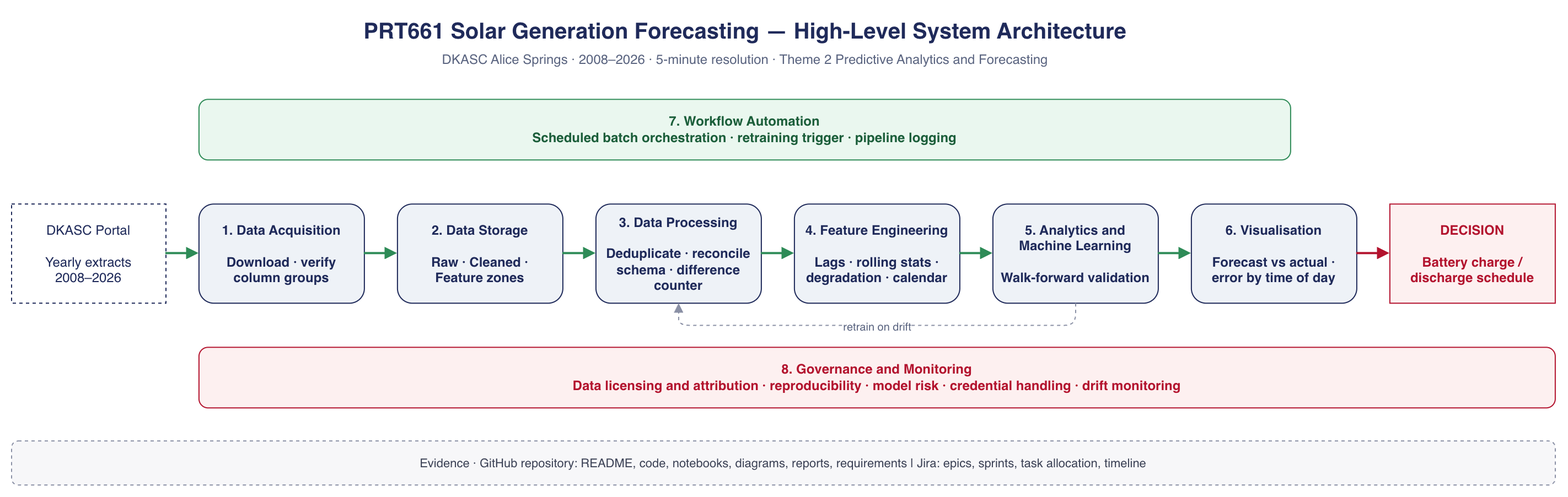
Before: Architecture_Diagrams/01-system-architecture.png, a diagram exported from draw.io (Uttam1618/PRT661-solar-forecasting). Source tidied: cells renumbered, new cells last; positions are measured from the earlier drawing's top-left corner, leaving out a move shared by most shapes.
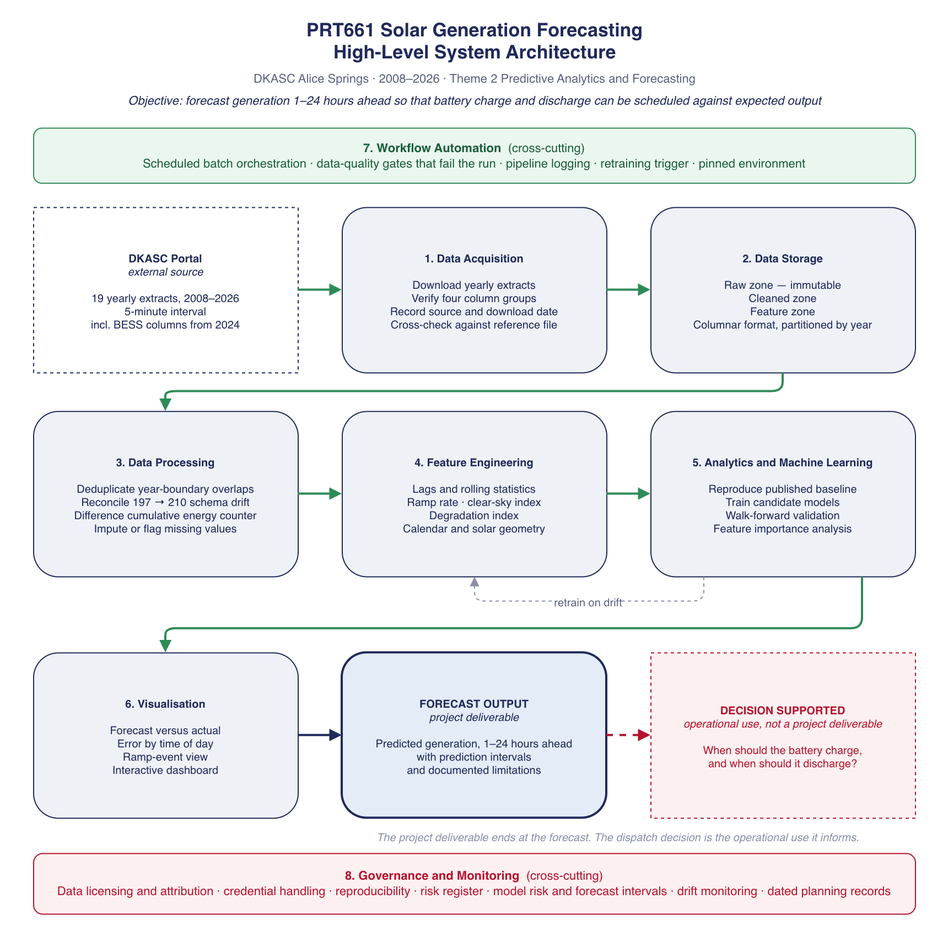
The same diagram one commit later.

Commit message:
updating system architecture

What changed in the source:
```diff
@@ -2,53 +2,64 @@
   <root>
     <mxCell id="0" />
     <mxCell id="1" parent="0" />
-    <mxCell id="2" value="PRT661 Solar Generation Forecasting — High-Level System Architecture" style="text;html=1;fontSize=20;fontStyle=1;align=center;fontColor=#1F2A5A;" parent="1" vertex="1">
-      <mxGeometry width="1330" height="30" as="geometry" />
+    <mxCell id="2" value="PRT661 Solar Generation Forecasting&lt;br&gt;High-Level System Architecture" style="text;html=1;fontSize=17;fontStyle=1;align=center;fontColor=#1F2A5A;" parent="1" vertex="1">
+      <mxGeometry y="-2" width="840" height="46" as="geometry" />
     </mxCell>
-    <mxCell id="3" value="DKASC Alice Springs · 2008–2026 · 5-minute resolution · Theme 2 Predictive Analytics and Forecasting" style="text;html=1;fontSize=12;align=center;fontColor=#5A6480;" parent="1" vertex="1">
-      <mxGeometry y="30" width="1330" height="20" as="geometry" />
+    <mxCell id="3" value="DKASC Alice Springs · 2008–2026 · Theme 2 Predictive Analytics and Forecasting" style="text;html=1;fontSize=11;align=center;fontColor=#5A6480;" parent="1" vertex="1">
+      <mxGeometry y="46" width="840" height="18" as="geometry" />
     </mxCell>
+    <mxCell id="23" value="Objective: forecast generation 1–24 hours ahead so that battery charge and discharge can be scheduled against expected output" style="text;html=1;fontSize=11;align=center;fontColor=#1F2A5A;fontStyle=2;" parent="1" vertex="1">
+      <mxGeometry x="50" y="66" width="740" height="30" as="geometry" />
+    </mxCell>
-    <mxCell id="4" value="7. Workflow Automation&#10;Scheduled batch orchestration · retraining trigger · pipeline logging" style="rounded=1;whiteSpace=wrap;html=1;fillColor=#EAF7EF;strokeColor=#2E8B57;fontColor=#1B5E3A;fontSize=12;fontStyle=1;verticalAlign=middle;" parent="1" vertex="1">
-      <mxGeometry x="170" y="80" width="990" height="55" as="geometry" />
+    <mxCell id="4" value="&lt;b&gt;7. Workflow Automation&lt;/b&gt;&amp;nbsp;&amp;nbsp;(cross-cutting)&lt;br&gt;Scheduled batch orchestration · data-quality gates that fail the run · pipeline logging · retraining trigger · pinned environment" style="rounded=1;whiteSpace=wrap;html=1;fillColor=#EAF7EF;strokeColor=#2E8B57;fontColor=#1B5E3A;fontSize=11;verticalAlign=middle;" parent="1" vertex="1">
+      <mxGeometry x="20" y="104" width="800" height="50" as="geometry" />
     </mxCell>
-    <mxCell id="5" value="DKASC Portal&#10;&#10;Yearly extracts&#10;2008–2026" style="rounded=0;whiteSpace=wrap;html=1;dashed=1;fillColor=#FFFFFF;strokeColor=#1F2A5A;fontColor=#1F2A5A;fontSize=12;" parent="1" vertex="1">
-      <mxGeometry y="175" width="140" height="90" as="geometry" />
+    <mxCell id="5" value="&lt;b&gt;DKASC Portal&lt;/b&gt;&lt;br&gt;&lt;i&gt;external source&lt;/i&gt;&lt;br&gt;&lt;br&gt;19 yearly extracts, 2008–2026&lt;br&gt;5-minute interval&lt;br&gt;incl. BESS columns from 2024" style="rounded=0;whiteSpace=wrap;html=1;dashed=1;fillColor=#FFFFFF;strokeColor=#1F2A5A;fontColor=#1F2A5A;fontSize=10;" parent="1" vertex="1">
+      <mxGeometry x="20" y="176" width="240" height="150" as="geometry" />
     </mxCell>
-    <mxCell id="6" value="1. Data Acquisition&#10;&#10;Download · verify&#10;column groups" style="rounded=1;whiteSpace=wrap;html=1;fillColor=#EEF2F7;strokeColor=#1F2A5A;fontColor=#1F2A5A;fontSize=12;fontStyle=1;" parent="1" vertex="1">
-      <mxGeometry x="170" y="175" width="150" height="90" as="geometry" />
+    <mxCell id="6" value="&lt;b&gt;1. Data Acquisition&lt;/b&gt;&lt;br&gt;&lt;br&gt;Download yearly extracts&lt;br&gt;Verify four column groups&lt;br&gt;Record source and download date&lt;br&gt;Cross-check against reference file" style="rounded=1;whiteSpace=wrap;html=1;fillColor=#EEF2F7;strokeColor=#1F2A5A;fontColor=#1F2A5A;fontSize=10;" parent="1" vertex="1">
+      <mxGeometry x="300" y="176" width="240" height="150" as="geometry" />
     </mxCell>
-    <mxCell id="7" value="2. Data Storage&#10;&#10;Raw · Cleaned ·&#10;Feature zones" style="rounded=1;whiteSpace=wrap;html=1;fillColor=#EEF2F7;strokeColor=#1F2A5A;fontColor=#1F2A5A;fontSize=12;fontStyle=1;" parent="1" vertex="1">
-      <mxGeometry x="350" y="175" width="150" height="90" as="geometry" />
+    <mxCell id="7" value="&lt;b&gt;2. Data Storage&lt;/b&gt;&lt;br&gt;&lt;br&gt;Raw zone — immutable&lt;br&gt;Cleaned zone&lt;br&gt;Feature zone&lt;br&gt;Columnar format, partitioned by year" style="rounded=1;whiteSpace=wrap;html=1;fillColor=#EEF2F7;strokeColor=#1F2A5A;fontColor=#1F2A5A;fontSize=10;" parent="1" vertex="1">
+      <mxGeometry x="580" y="176" width="240" height="150" as="geometry" />
     </mxCell>
-    <mxCell id="8" value="3. Data Processing&#10;&#10;Deduplicate · reconcile&#10;schema · difference counter" style="rounded=1;whiteSpace=wrap;html=1;fillColor=#EEF2F7;strokeColor=#1F2A5A;fontColor=#1F2A5A;fontSize=12;fontStyle=1;" parent="1" vertex="1">
-      <mxGeometry x="530" y="175" width="150" height="90" as="geometry" />
+    <mxCell id="8" value="&lt;b&gt;3. Data Processing&lt;/b&gt;&lt;br&gt;&lt;br&gt;Deduplicate year-boundary overlaps&lt;br&gt;Reconcile 197 → 210 schema drift&lt;br&gt;Difference cumulative energy counter&lt;br&gt;Impute or flag missing values" style="rounded=1;whiteSpace=wrap;html=1;fillColor=#EEF2F7;strokeColor=#1F2A5A;fontColor=#1F2A5A;fontSize=10;" parent="1" vertex="1">
+      <mxGeometry x="20" y="361" width="240" height="150" as="geometry" />
     </mxCell>
-    <mxCell id="9" value="4. Feature Engineering&#10;&#10;Lags · rolling stats ·&#10;degradation · calendar" style="rounded=1;whiteSpace=wrap;html=1;fillColor=#EEF2F7;strokeColor=#1F2A5A;fontColor=#1F2A5A;fontSize=12;fontStyle=1;" parent="1" vertex="1">
-      <mxGeometry x="710" y="175" width="150" height="90" as="geometry" />
+    <mxCell id="9" value="&lt;b&gt;4. Feature Engineering&lt;/b&gt;&lt;br&gt;&lt;br&gt;Lags and rolling statistics&lt;br&gt;Ramp rate · clear-sky index&lt;br&gt;Degradation index&lt;br&gt;Calendar and solar geometry" style="rounded=1;whiteSpace=wrap;html=1;fillColor=#EEF2F7;strokeColor=#1F2A5A;fontColor=#1F2A5A;fontSize=10;" parent="1" vertex="1">
+      <mxGeometry x="300" y="361" width="240" height="150" as="geometry" />
     </mxCell>
-    <mxCell id="10" value="5. Analytics and&#10;Machine Learning&#10;&#10;Walk-forward validation" style="rounded=1;whiteSpace=wrap;html=1;fillColor=#EEF2F7;strokeColor=#1F2A5A;fontColor=#1F2A5A;fontSize=12;fontStyle=1;" parent="1" vertex="1">
-      <mxGeometry x="890" y="175" width="150" height="90" as="geometry" />
+    <mxCell id="10" value="&lt;b&gt;5. Analytics and Machine Learning&lt;/b&gt;&lt;br&gt;&lt;br&gt;Reproduce published baseline&lt;br&gt;Train candidate models&lt;br&gt;Walk-forward validation&lt;br&gt;Feature importance analysis" style="rounded=1;whiteSpace=wrap;html=1;fillColor=#EEF2F7;strokeColor=#1F2A5A;fontColor=#1F2A5A;fontSize=10;" parent="1" vertex="1">
+      <mxGeometry x="580" y="361" width="240" height="150" as="geometry" />
     </mxCell>
-    <mxCell id="11" value="6. Visualisation&#10;&#10;Forecast vs actual ·&#10;error by time of day" style="rounded=1;whiteSpace=wrap;html=1;fillColor=#EEF2F7;strokeColor=#1F2A5A;fontColor=#1F2A5A;fontSize=12;fontStyle=1;" parent="1" vertex="1">
-      <mxGeometry x="1070" y="175" width="150" height="90" as="geometry" />
+    <mxCell id="11" value="&lt;b&gt;6. Visualisation&lt;/b&gt;&lt;br&gt;&lt;br&gt;Forecast versus actual&lt;br&gt;Error by time of day&lt;br&gt;Ramp-event view&lt;br&gt;Interactive dashboard" style="rounded=1;whiteSpace=wrap;html=1;fillColor=#EEF2F7;strokeColor=#1F2A5A;fontColor=#1F2A5A;fontSize=10;" parent="1" vertex="1">
+      <mxGeometry x="20" y="580" width="240" height="150" as="geometry" />
     </mxCell>
+    <mxCell id="24" value="&lt;b&gt;FORECAST OUTPUT&lt;/b&gt;&lt;br&gt;&lt;i&gt;project deliverable&lt;/i&gt;&lt;br&gt;&lt;br&gt;Predicted generation, 1–24 hours ahead&lt;br&gt;with prediction intervals&lt;br&gt;and documented limitations" style="rounded=1;whiteSpace=wrap;html=1;fillColor=#E3ECF7;strokeColor=#1F2A5A;fontColor=#1F2A5A;fontSize=10;strokeWidth=2;" parent="1" vertex="1">
+      <mxGeometry x="300" y="580" width="240" height="150" as="geometry" />
+    </mxCell>
-    <mxCell id="12" value="DECISION&#10;&#10;Battery charge /&#10;discharge schedule" style="rounded=0;whiteSpace=wrap;html=1;fillColor=#FDF0F0;strokeColor=#B3132E;fontColor=#B3132E;fontSize=12;fontStyle=1;" parent="1" vertex="1">
-      <mxGeometry x="1250" y="175" width="150" height="90" as="geometry" />
+    <mxCell id="12" value="&lt;b&gt;DECISION SUPPORTED&lt;/b&gt;&lt;br&gt;&lt;i&gt;operational use, not a project deliverable&lt;/i&gt;&lt;br&gt;&lt;br&gt;When should the battery charge,&lt;br&gt;and when should it discharge?" style="rounded=0;whiteSpace=wrap;html=1;dashed=1;fillColor=#FDF0F0;strokeColor=#B3132E;fontColor=#B3132E;fontSize=10;" parent="1" vertex="1">
+      <mxGeometry x="580" y="580" width="240" height="150" as="geometry" />
     </mxCell>
+    <mxCell id="25" value="The project deliverable ends at the forecast. The dispatch decision is the operational use it informs." style="text;html=1;fontSize=10;align=center;fontColor=#8A90A5;fontStyle=2;" parent="1" vertex="1">
+      <mxGeometry x="260" y="734" width="580" height="18" as="geometry" />
+    </mxCell>
-    <mxCell id="13" value="8. Governance and Monitoring&#10;Data licensing and attribution · reproducibility · model risk · credential handling · drift monitoring" style="rounded=1;whiteSpace=wrap;html=1;fillColor=#FDF0F0;strokeColor=#B3132E;fontColor=#B3132E;fontSize=12;fontStyle=1;" parent="1" vertex="1">
-      <mxGeometry x="170" y="305" width="1230" height="55" as="geometry" />
+    <mxCell id="13" value="&lt;b&gt;8. Governance and Monitoring&lt;/b&gt;&amp;nbsp;&amp;nbsp;(cross-cutting)&lt;br&gt;Data licensing and attribution · credential handling · reproducibility · risk register · model risk and forecast intervals · drift monitoring · dated planning records" style="rounded=1;whiteSpace=wrap;html=1;fillColor=#FDF0F0;strokeColor=#B3132E;fontColor=#B3132E;fontSize=11;verticalAlign=middle;" parent="1" vertex="1">
+      <mxGeometry x="20" y="762" width="800" height="55" as="geometry" />
     </mxCell>
-    <mxCell id="14" value="Evidence · GitHub repository: README, code, notebooks, diagrams, reports, requirements   |   Jira: epics, sprints, task allocation, timeline" style="rounded=1;whiteSpace=wrap;html=1;fillColor=#F7F7F9;strokeColor=#8A90A5;fontColor=#3C4256;fontSize=11;dashed=1;" parent="1" vertex="1">
-      <mxGeometry y="390" width="1400" height="40" as="geometry" />
-    </mxCell>
     <mxCell id="15" style="edgeStyle=orthogonalEdgeStyle;rounded=1;html=1;strokeColor=#2E8B57;strokeWidth=2;endArrow=block;" parent="1" edge="1" source="5" target="6">
       <mxGeometry relative="1" as="geometry" />
     </mxCell>
     <mxCell id="16" style="edgeStyle=orthogonalEdgeStyle;rounded=1;html=1;strokeColor=#2E8B57;strokeWidth=2;endArrow=block;" parent="1" edge="1" source="6" target="7">
       <mxGeometry relative="1" as="geometry" />
     </mxCell>
-    <mxCell id="17" style="edgeStyle=orthogonalEdgeStyle;rounded=1;html=1;strokeColor=#2E8B57;strokeWidth=2;endArrow=block;" parent="1" edge="1" source="7" target="8">
-      <mxGeometry relative="1" as="geometry" />
+    <mxCell id="17" style="edgeStyle=orthogonalEdgeStyle;rounded=1;html=1;strokeColor=#2E8B57;strokeWidth=2;endArrow=block;exitX=0.5;exitY=1;entryX=0.5;entryY=0;" parent="1" edge="1" source="7" target="8">
+      <mxGeometry relative="1" as="geometry">
+        <Array as="points">
+          <mxPoint x="700" y="343" />
+          <mxPoint x="140" y="343" />
+        </Array>
+      </mxGeometry>
     </mxCell>
     <mxCell id="18" style="edgeStyle=orthogonalEdgeStyle;rounded=1;html=1;strokeColor=#2E8B57;strokeWidth=2;endArrow=block;" parent="1" edge="1" source="8" target="9">
       <mxGeometry relative="1" as="geometry" />
@@ -56,19 +67,27 @@
     <mxCell id="19" style="edgeStyle=orthogonalEdgeStyle;rounded=1;html=1;strokeColor=#2E8B57;strokeWidth=2;endArrow=block;" parent="1" edge="1" source="9" target="10">
       <mxGeometry relative="1" as="geometry" />
     </mxCell>
+    <mxCell id="22" value="retrain on drift" style="edgeStyle=orthogonalEdgeStyle;rounded=1;html=1;dashed=1;strokeColor=#8A90A5;strokeWidth=1;endArrow=block;fontSize=10;fontColor=#5A6480;labelBackgroundColor=#FFFFFF;exitX=0.2;exitY=1;entryX=0.5;entryY=1;" parent="1" edge="1" source="10" target="9">
+      <mxGeometry relative="1" as="geometry">
+        <Array as="points">
+          <mxPoint x="628" y="533" />
+          <mxPoint x="420" y="533" />
+        </Array>
+      </mxGeometry>
+    </mxCell>
-    <mxCell id="20" style="edgeStyle=orthogonalEdgeStyle;rounded=1;html=1;strokeColor=#2E8B57;strokeWidth=2;endArrow=block;" parent="1" edge="1" source="10" target="11">
-      <mxGeometry relative="1" as="geometry" />
+    <mxCell id="20" style="edgeStyle=orthogonalEdgeStyle;rounded=1;html=1;strokeColor=#2E8B57;strokeWidth=2;endArrow=block;exitX=0.8;exitY=1;entryX=0.5;entryY=0;" parent="1" edge="1" source="10" target="11">
+      <mxGeometry relative="1" as="geometry">
+        <Array as="points">
+          <mxPoint x="772" y="558" />
+          <mxPoint x="140" y="558" />
+        </Array>
+      </mxGeometry>
     </mxCell>
-    <mxCell id="21" style="edgeStyle=orthogonalEdgeStyle;rounded=1;html=1;strokeColor=#B3132E;strokeWidth=2;endArrow=block;" parent="1" edge="1" source="11" target="12">
+    <mxCell id="21" style="edgeStyle=orthogonalEdgeStyle;rounded=1;html=1;strokeColor=#1F2A5A;strokeWidth=2;endArrow=block;" parent="1" edge="1" source="11" target="24">
       <mxGeometry relative="1" as="geometry" />
     </mxCell>
-    <mxCell id="22" value="retrain on drift" style="edgeStyle=orthogonalEdgeStyle;rounded=1;html=1;dashed=1;strokeColor=#8A90A5;endArrow=block;fontSize=10;fontColor=#5A6480;exitX=0.5;exitY=1;entryX=0.5;entryY=1;" parent="1" edge="1" source="10" target="8">
-      <mxGeometry relative="1" as="geometry">
-        <Array as="points">
-          <mxPoint x="965" y="285" />
-          <mxPoint x="605" y="285" />
-        </Array>
-      </mxGeometry>
-    </mxCell>
+    <mxCell id="26" style="edgeStyle=orthogonalEdgeStyle;rounded=1;html=1;dashed=1;strokeColor=#B3132E;strokeWidth=2;endArrow=block;" parent="1" edge="1" source="24" target="12">
+      <mxGeometry relative="1" as="geometry" />
+    </mxCell>
   </root>
 </mxGraphModel>
```
